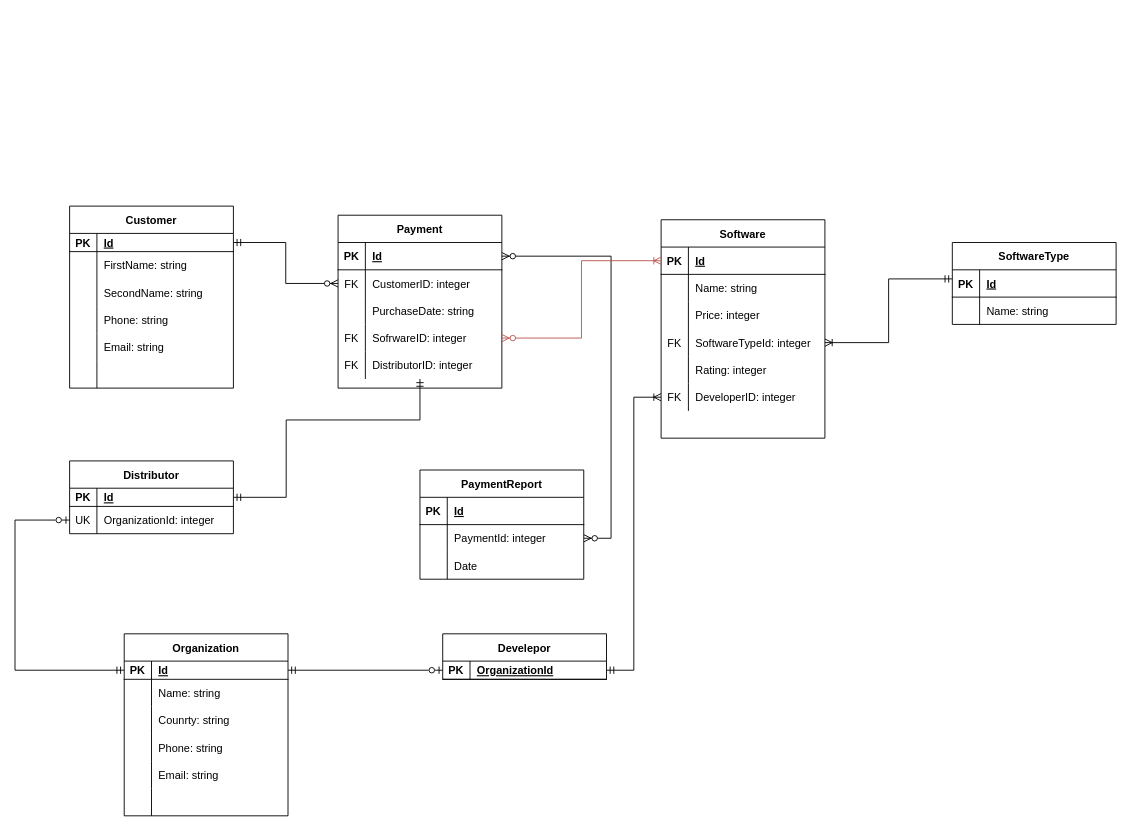
This is ER_Diagr.drawio from NikitaGusevZ/FirstRepository, a draw.io file, before an edit. Source tidied: cells renumbered, new cells numbered last; positions are measured from the earlier drawing's top-left corner, leaving out a move shared by most shapes. Both pictures are drawn from the tidied source at 91%, with x=0, y=0 at pixel (15, 206).
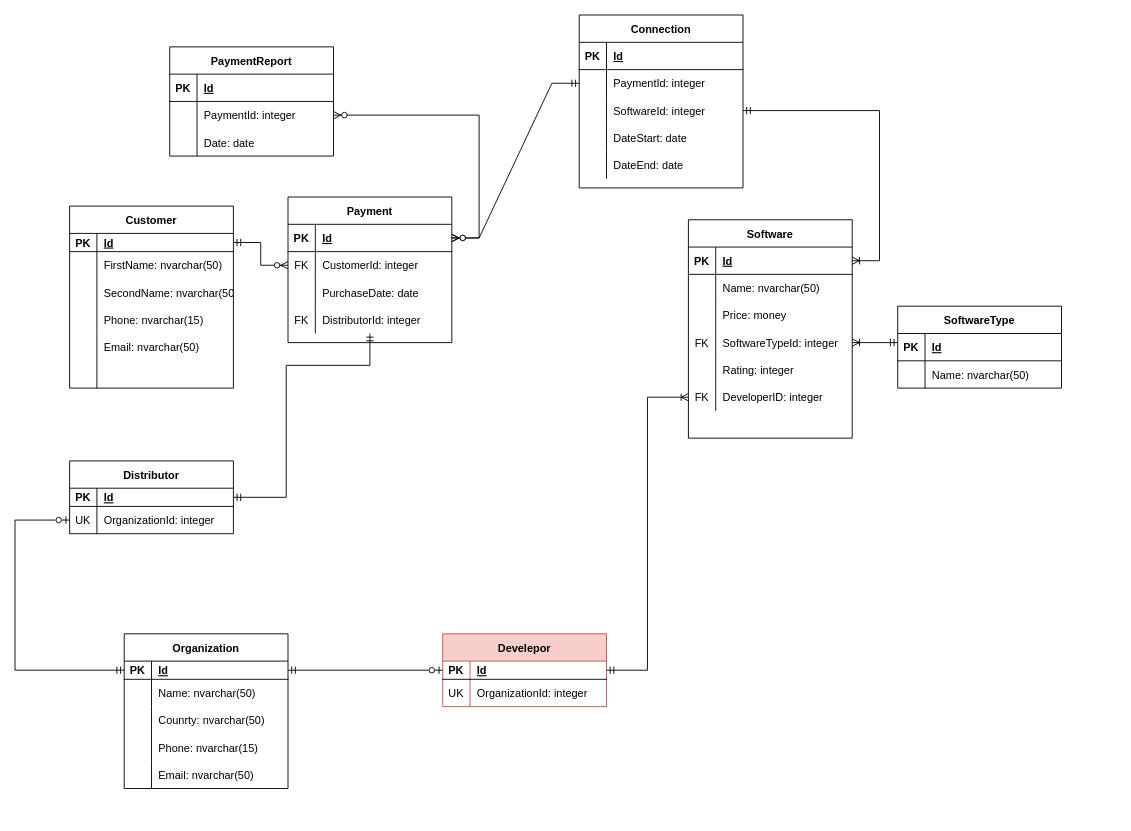
The same diagram, later.

Unchanged cells that the change refers to:
```xml
<mxCell id="7" style="shape=partialRectangle;fillColor=none;top=0;left=0;bottom=0;right=0;strokeColor=default;" parent="3" vertex="1">
  <mxGeometry y="50" width="180" height="30" as="geometry" />
</mxCell>
<mxCell id="10" style="shape=partialRectangle;fillColor=none;top=0;left=0;bottom=0;right=0;strokeColor=default;" parent="3" vertex="1">
  <mxGeometry y="80" width="180" height="30" as="geometry" />
</mxCell>
<mxCell id="13" style="shape=partialRectangle;fillColor=none;top=0;left=0;bottom=0;right=0;strokeColor=default;" parent="3" vertex="1">
  <mxGeometry y="110" width="180" height="30" as="geometry" />
</mxCell>
<mxCell id="16" style="shape=partialRectangle;fillColor=none;top=0;left=0;bottom=0;right=0;strokeColor=default;" parent="3" vertex="1">
  <mxGeometry y="140" width="180" height="30" as="geometry" />
</mxCell>
<mxCell id="23" style="shape=partialRectangle;fillColor=none;top=0;left=0;bottom=1;right=0;points=[[0,0.5],[1,0.5]];portConstraint=eastwest;strokeColor=default;" parent="22" vertex="1">
  <mxGeometry y="30" width="180" height="30" as="geometry" />
</mxCell>
<mxCell id="26" style="shape=partialRectangle;fillColor=none;top=0;left=0;bottom=0;right=0;strokeColor=default;" parent="22" vertex="1">
  <mxGeometry y="60" width="180" height="30" as="geometry" />
</mxCell>
<mxCell id="29" style="shape=partialRectangle;fillColor=none;top=0;left=0;bottom=0;right=0;strokeColor=default;" parent="22" vertex="1">
  <mxGeometry y="90" width="180" height="30" as="geometry" />
</mxCell>
<mxCell id="42" style="shape=partialRectangle;fillColor=none;top=0;left=0;bottom=1;right=0;points=[[0,0.5],[1,0.5]];portConstraint=eastwest;strokeColor=default;" parent="41" vertex="1">
  <mxGeometry y="30" width="180" height="30" as="geometry" />
</mxCell>
<mxCell id="45" style="shape=partialRectangle;fillColor=none;top=0;left=0;bottom=0;right=0;points=[[0,0.5],[1,0.5]];portConstraint=eastwest;strokeColor=default;" parent="41" vertex="1">
  <mxGeometry y="60" width="180" height="30" as="geometry" />
</mxCell>
<mxCell id="48" style="shape=partialRectangle;fillColor=none;top=0;left=0;bottom=0;right=0;strokeColor=default;" parent="41" vertex="1">
  <mxGeometry y="90" width="180" height="30" as="geometry" />
</mxCell>
<mxCell id="60" style="shape=partialRectangle;fillColor=none;top=0;left=0;bottom=1;right=0;points=[[0,0.5],[1,0.5]];portConstraint=eastwest;strokeColor=default;" parent="59" vertex="1">
  <mxGeometry y="30" width="180" height="20" as="geometry" />
</mxCell>
<mxCell id="68" style="shape=partialRectangle;fillColor=none;top=0;left=0;bottom=1;right=0;points=[[0,0.5],[1,0.5]];portConstraint=eastwest;strokeColor=default;" parent="67" vertex="1">
  <mxGeometry y="30" width="180" height="20" as="geometry" />
</mxCell>
<mxCell id="76" style="shape=partialRectangle;fillColor=none;top=0;left=0;bottom=0;right=0;strokeColor=default;" parent="72" vertex="1">
  <mxGeometry y="60" width="180" height="30" as="geometry" />
</mxCell>
<mxCell id="84" style="shape=partialRectangle;fillColor=none;top=0;left=0;bottom=0;right=0;strokeColor=default;" parent="80" vertex="1">
  <mxGeometry y="50" width="180" height="30" as="geometry" />
</mxCell>
<mxCell id="87" style="shape=partialRectangle;fillColor=none;top=0;left=0;bottom=0;right=0;strokeColor=default;" parent="80" vertex="1">
  <mxGeometry y="80" width="180" height="30" as="geometry" />
</mxCell>
<mxCell id="90" style="shape=partialRectangle;fillColor=none;top=0;left=0;bottom=0;right=0;strokeColor=default;" parent="80" vertex="1">
  <mxGeometry y="110" width="180" height="30" as="geometry" />
</mxCell>
<mxCell id="93" style="shape=partialRectangle;fillColor=none;top=0;left=0;bottom=0;right=0;strokeColor=default;" parent="80" vertex="1">
  <mxGeometry y="140" width="180" height="30" as="geometry" />
</mxCell>
<mxCell id="108" style="shape=partialRectangle;fillColor=none;top=0;left=0;bottom=0;right=0;" parent="101" vertex="1">
  <mxGeometry y="90" width="180" height="30" as="geometry" />
</mxCell>
```

Change to the diagram source:
```diff
@@
-    <mxCell id="9" value="FirstName: string" style="shape=partialRectangle;fillColor=none;top=0;left=0;bottom=0;right=0;align=left;spacingLeft=6;overflow=hidden;strokeColor=default;" parent="7" vertex="1">
+    <mxCell id="9" value="FirstName: nvarchar(50)" style="shape=partialRectangle;fillColor=none;top=0;left=0;bottom=0;right=0;align=left;spacingLeft=6;overflow=hidden;strokeColor=default;" parent="7" vertex="1">
       <mxGeometry x="30" width="150" height="30" as="geometry" />
     </mxCell>
@@
-    <mxCell id="12" value="SecondName: string" style="shape=partialRectangle;fillColor=none;top=0;left=0;bottom=0;right=0;align=left;spacingLeft=6;overflow=hidden;strokeColor=default;" parent="10" vertex="1">
+    <mxCell id="12" value="SecondName: nvarchar(50)" style="shape=partialRectangle;fillColor=none;top=0;left=0;bottom=0;right=0;align=left;spacingLeft=6;overflow=hidden;strokeColor=default;" parent="10" vertex="1">
       <mxGeometry x="30" width="150" height="30" as="geometry" />
     </mxCell>
@@
-    <mxCell id="15" value="Phone: string" style="shape=partialRectangle;fillColor=none;top=0;left=0;bottom=0;right=0;align=left;spacingLeft=6;overflow=hidden;strokeColor=default;" parent="13" vertex="1">
+    <mxCell id="15" value="Phone: nvarchar(15)" style="shape=partialRectangle;fillColor=none;top=0;left=0;bottom=0;right=0;align=left;spacingLeft=6;overflow=hidden;strokeColor=default;" parent="13" vertex="1">
       <mxGeometry x="30" width="150" height="30" as="geometry" />
     </mxCell>
@@
-    <mxCell id="18" value="Email: string" style="shape=partialRectangle;fillColor=none;top=0;left=0;bottom=0;right=0;align=left;spacingLeft=6;overflow=hidden;strokeColor=default;" parent="16" vertex="1">
+    <mxCell id="18" value="Email: nvarchar(50)" style="shape=partialRectangle;fillColor=none;top=0;left=0;bottom=0;right=0;align=left;spacingLeft=6;overflow=hidden;strokeColor=default;" parent="16" vertex="1">
       <mxGeometry x="30" width="150" height="30" as="geometry" />
     </mxCell>
@@
     <mxCell id="22" value="Software" style="shape=table;startSize=30;childLayout=tableLayout;rowLines=0;fontStyle=1;align=center;strokeColor=default;" parent="1" vertex="1">
-      <mxGeometry x="710" y="15" width="180" height="240" as="geometry" />
+      <mxGeometry x="740" y="15" width="180" height="240" as="geometry" />
     </mxCell>
@@
-    <mxCell id="28" value="Name: string" style="shape=partialRectangle;fillColor=none;top=0;left=0;bottom=0;right=0;align=left;spacingLeft=6;overflow=hidden;strokeColor=default;" parent="26" vertex="1">
+    <mxCell id="28" value="Name: nvarchar(50)" style="shape=partialRectangle;fillColor=none;top=0;left=0;bottom=0;right=0;align=left;spacingLeft=6;overflow=hidden;strokeColor=default;" parent="26" vertex="1">
       <mxGeometry x="30" width="150" height="30" as="geometry" />
     </mxCell>
@@
-    <mxCell id="31" value="Price: integer" style="shape=partialRectangle;fillColor=none;top=0;left=0;bottom=0;right=0;align=left;spacingLeft=6;overflow=hidden;strokeColor=default;" parent="29" vertex="1">
+    <mxCell id="31" value="Price: money" style="shape=partialRectangle;fillColor=none;top=0;left=0;bottom=0;right=0;align=left;spacingLeft=6;overflow=hidden;strokeColor=default;" parent="29" vertex="1">
       <mxGeometry x="30" width="150" height="30" as="geometry" />
     </mxCell>
@@
     <mxCell id="41" value="Payment" style="shape=table;startSize=30;childLayout=tableLayout;rowLines=0;fontStyle=1;align=center;strokeColor=default;" parent="1" vertex="1">
-      <mxGeometry x="355" y="10" width="180" height="190" as="geometry" />
+      <mxGeometry x="300" y="-10" width="180" height="160" as="geometry" />
     </mxCell>
@@
-    <mxCell id="47" value="CustomerID: integer" style="shape=partialRectangle;fillColor=none;top=0;left=0;bottom=0;right=0;align=left;spacingLeft=6;overflow=hidden;strokeColor=default;" parent="45" vertex="1">
+    <mxCell id="47" value="CustomerId: integer" style="shape=partialRectangle;fillColor=none;top=0;left=0;bottom=0;right=0;align=left;spacingLeft=6;overflow=hidden;strokeColor=default;" parent="45" vertex="1">
       <mxGeometry x="30" width="150" height="30" as="geometry" />
     </mxCell>
@@
-    <mxCell id="50" value="PurchaseDate: string" style="shape=partialRectangle;fillColor=none;top=0;left=0;bottom=0;right=0;align=left;spacingLeft=6;overflow=hidden;strokeColor=default;" parent="48" vertex="1">
+    <mxCell id="50" value="PurchaseDate: date" style="shape=partialRectangle;fillColor=none;top=0;left=0;bottom=0;right=0;align=left;spacingLeft=6;overflow=hidden;strokeColor=default;" parent="48" vertex="1">
       <mxGeometry x="30" width="150" height="30" as="geometry" />
     </mxCell>
-    <mxCell id="51" style="shape=partialRectangle;fillColor=none;top=0;left=0;bottom=0;right=0;points=[[0,0.5],[1,0.5]];portConstraint=eastwest;strokeColor=default;" parent="41" vertex="1">
-      <mxGeometry y="120" width="180" height="30" as="geometry" />
-    </mxCell>
-    <mxCell id="52" value="FK" style="shape=partialRectangle;fillColor=none;top=0;left=0;bottom=0;right=0;overflow=hidden;strokeColor=default;" parent="51" vertex="1">
-      <mxGeometry width="30" height="30" as="geometry" />
-    </mxCell>
-    <mxCell id="53" value="SofrwareID: integer" style="shape=partialRectangle;fillColor=none;top=0;left=0;bottom=0;right=0;align=left;spacingLeft=6;overflow=hidden;strokeColor=default;" parent="51" vertex="1">
-      <mxGeometry x="30" width="150" height="30" as="geometry" />
-    </mxCell>
     <mxCell id="54" style="shape=partialRectangle;fillColor=none;top=0;left=0;bottom=0;right=0;points=[[0,0.5],[1,0.5]];portConstraint=eastwest;strokeColor=default;" parent="41" vertex="1">
-      <mxGeometry y="150" width="180" height="30" as="geometry" />
+      <mxGeometry y="120" width="180" height="30" as="geometry" />
     </mxCell>
@@
-    <mxCell id="56" value="DistributorID: integer" style="shape=partialRectangle;fillColor=none;top=0;left=0;bottom=0;right=0;align=left;spacingLeft=6;overflow=hidden;strokeColor=default;" parent="54" vertex="1">
+    <mxCell id="56" value="DistributorId: integer" style="shape=partialRectangle;fillColor=none;top=0;left=0;bottom=0;right=0;align=left;spacingLeft=6;overflow=hidden;strokeColor=default;" parent="54" vertex="1">
       <mxGeometry x="30" width="150" height="30" as="geometry" />
     </mxCell>
@@
-    <mxCell id="58" style="edgeStyle=orthogonalEdgeStyle;fontSize=12;html=1;endArrow=ERoneToMany;startArrow=ERzeroToMany;rounded=0;fillColor=#f8cecc;strokeColor=#b85450;" parent="1" edge="1" source="51" target="23">
-      <mxGeometry relative="1" as="geometry" />
-    </mxCell>
@@
     <mxCell id="66" style="edgeStyle=orthogonalEdgeStyle;fontSize=12;html=1;endArrow=ERmandOne;startArrow=ERmandOne;rounded=0;" parent="1" edge="1" source="60" target="54">
       <mxGeometry relative="1" as="geometry">
         <Array as="points">
           <mxPoint x="298" y="320" />
-          <mxPoint x="298" y="235" />
-          <mxPoint x="445" y="235" />
+          <mxPoint x="298" y="175" />
         </Array>
       </mxGeometry>
     </mxCell>
-    <mxCell id="67" value="Develepor" style="shape=table;startSize=30;childLayout=tableLayout;rowLines=0;fontStyle=1;align=center;strokeColor=default;" parent="1" vertex="1">
-      <mxGeometry x="470" y="470" width="180" height="50" as="geometry" />
+    <mxCell id="67" value="Develepor" style="shape=table;startSize=30;childLayout=tableLayout;rowLines=0;fontStyle=1;align=center;strokeColor=#b85450;fillColor=#f8cecc;" parent="1" vertex="1">
+      <mxGeometry x="470" y="470" width="180" height="80" as="geometry" />
     </mxCell>
@@
-    <mxCell id="70" value="OrganizationId" style="shape=partialRectangle;fillColor=none;top=0;left=0;bottom=0;right=0;align=left;spacingLeft=6;fontStyle=5;overflow=hidden;strokeColor=default;" parent="68" vertex="1">
+    <mxCell id="70" value="Id" style="shape=partialRectangle;fillColor=none;top=0;left=0;bottom=0;right=0;align=left;spacingLeft=6;fontStyle=5;overflow=hidden;strokeColor=default;" parent="68" vertex="1">
       <mxGeometry x="30" width="150" height="20" as="geometry" />
     </mxCell>
+    <mxCell id="111" style="shape=partialRectangle;fillColor=none;top=0;left=0;bottom=0;right=0;" parent="67" vertex="1">
+      <mxGeometry y="50" width="180" height="30" as="geometry" />
+    </mxCell>
+    <mxCell id="112" value="UK" style="shape=partialRectangle;fillColor=none;top=0;left=0;bottom=0;right=0;overflow=hidden;" parent="111" vertex="1">
+      <mxGeometry width="30" height="30" as="geometry" />
+    </mxCell>
+    <mxCell id="113" value="OrganizationId: integer" style="shape=partialRectangle;fillColor=none;top=0;left=0;bottom=0;right=0;align=left;spacingLeft=6;overflow=hidden;" parent="111" vertex="1">
+      <mxGeometry x="30" width="150" height="30" as="geometry" />
+    </mxCell>
@@
     <mxCell id="72" value="SoftwareType" style="shape=table;startSize=30;childLayout=tableLayout;rowLines=0;fontStyle=1;align=center;strokeColor=default;" parent="1" vertex="1">
-      <mxGeometry x="1030" y="40" width="180" height="90" as="geometry" />
+      <mxGeometry x="970" y="110" width="180" height="90" as="geometry" />
     </mxCell>
@@
-    <mxCell id="78" value="Name: string" style="shape=partialRectangle;fillColor=none;top=0;left=0;bottom=0;right=0;align=left;spacingLeft=6;overflow=hidden;strokeColor=default;" parent="76" vertex="1">
+    <mxCell id="78" value="Name: nvarchar(50)" style="shape=partialRectangle;fillColor=none;top=0;left=0;bottom=0;right=0;align=left;spacingLeft=6;overflow=hidden;strokeColor=default;" parent="76" vertex="1">
       <mxGeometry x="30" width="150" height="30" as="geometry" />
     </mxCell>
@@
     <mxCell id="80" value="Organization" style="shape=table;startSize=30;childLayout=tableLayout;rowLines=0;fontStyle=1;align=center;strokeColor=default;" parent="1" vertex="1">
-      <mxGeometry x="120" y="470" width="180" height="200" as="geometry" />
+      <mxGeometry x="120" y="470" width="180" height="170" as="geometry" />
     </mxCell>
@@
-    <mxCell id="86" value="Name: string" style="shape=partialRectangle;fillColor=none;top=0;left=0;bottom=0;right=0;align=left;spacingLeft=6;overflow=hidden;strokeColor=default;" parent="84" vertex="1">
+    <mxCell id="86" value="Name: nvarchar(50)" style="shape=partialRectangle;fillColor=none;top=0;left=0;bottom=0;right=0;align=left;spacingLeft=6;overflow=hidden;strokeColor=default;" parent="84" vertex="1">
       <mxGeometry x="30" width="150" height="30" as="geometry" />
     </mxCell>
@@
-    <mxCell id="89" value="Counrty: string" style="shape=partialRectangle;fillColor=none;top=0;left=0;bottom=0;right=0;align=left;spacingLeft=6;overflow=hidden;strokeColor=default;" parent="87" vertex="1">
+    <mxCell id="89" value="Counrty: nvarchar(50)" style="shape=partialRectangle;fillColor=none;top=0;left=0;bottom=0;right=0;align=left;spacingLeft=6;overflow=hidden;strokeColor=default;" parent="87" vertex="1">
       <mxGeometry x="30" width="150" height="30" as="geometry" />
     </mxCell>
@@
-    <mxCell id="92" value="Phone: string" style="shape=partialRectangle;fillColor=none;top=0;left=0;bottom=0;right=0;align=left;spacingLeft=6;overflow=hidden;strokeColor=default;" parent="90" vertex="1">
+    <mxCell id="92" value="Phone: nvarchar(15)" style="shape=partialRectangle;fillColor=none;top=0;left=0;bottom=0;right=0;align=left;spacingLeft=6;overflow=hidden;strokeColor=default;" parent="90" vertex="1">
       <mxGeometry x="30" width="150" height="30" as="geometry" />
     </mxCell>
@@
-    <mxCell id="95" value="Email: string" style="shape=partialRectangle;fillColor=none;top=0;left=0;bottom=0;right=0;align=left;spacingLeft=6;overflow=hidden;strokeColor=default;" parent="93" vertex="1">
+    <mxCell id="95" value="Email: nvarchar(50)" style="shape=partialRectangle;fillColor=none;top=0;left=0;bottom=0;right=0;align=left;spacingLeft=6;overflow=hidden;strokeColor=default;" parent="93" vertex="1">
       <mxGeometry x="30" width="150" height="30" as="geometry" />
     </mxCell>
-    <mxCell id="96" style="shape=partialRectangle;fillColor=none;top=0;left=0;bottom=0;right=0;strokeColor=default;" parent="80" vertex="1">
-      <mxGeometry y="170" width="180" height="30" as="geometry" />
-    </mxCell>
-    <mxCell id="97" style="shape=partialRectangle;fillColor=none;top=0;left=0;bottom=0;right=0;overflow=hidden;strokeColor=default;" parent="96" vertex="1">
-      <mxGeometry width="30" height="30" as="geometry" />
-    </mxCell>
-    <mxCell id="98" style="shape=partialRectangle;fillColor=none;top=0;left=0;bottom=0;right=0;align=left;spacingLeft=6;overflow=hidden;strokeColor=default;" parent="96" vertex="1">
-      <mxGeometry x="30" width="150" height="30" as="geometry" />
-    </mxCell>
@@
     <mxCell id="101" value="PaymentReport" style="shape=table;startSize=30;childLayout=tableLayout;rowLines=0;fontStyle=1;align=center;" parent="1" vertex="1">
-      <mxGeometry x="445" y="290" width="180" height="120" as="geometry" />
+      <mxGeometry x="170" y="-175" width="180" height="120" as="geometry" />
     </mxCell>
@@
-    <mxCell id="110" value="Date" style="shape=partialRectangle;fillColor=none;top=0;left=0;bottom=0;right=0;align=left;spacingLeft=6;overflow=hidden;" parent="108" vertex="1">
+    <mxCell id="110" value="Date: date" style="shape=partialRectangle;fillColor=none;top=0;left=0;bottom=0;right=0;align=left;spacingLeft=6;overflow=hidden;" parent="108" vertex="1">
       <mxGeometry x="30" width="150" height="30" as="geometry" />
     </mxCell>
+    <mxCell id="114" value="Connection" style="shape=table;startSize=30;childLayout=tableLayout;rowLines=0;fontStyle=1;align=center;" parent="1" vertex="1">
+      <mxGeometry x="620" y="-210" width="180" height="190" as="geometry" />
+    </mxCell>
+    <mxCell id="115" style="shape=partialRectangle;fillColor=none;top=0;left=0;bottom=1;right=0;" parent="114" vertex="1">
+      <mxGeometry y="30" width="180" height="30" as="geometry" />
+    </mxCell>
+    <mxCell id="116" value="PK" style="shape=partialRectangle;fillColor=none;top=0;left=0;bottom=0;right=0;fontStyle=1;overflow=hidden;" parent="115" vertex="1">
+      <mxGeometry width="30" height="30" as="geometry" />
+    </mxCell>
+    <mxCell id="117" value="Id" style="shape=partialRectangle;fillColor=none;top=0;left=0;bottom=0;right=0;align=left;spacingLeft=6;fontStyle=5;overflow=hidden;" parent="115" vertex="1">
+      <mxGeometry x="30" width="150" height="30" as="geometry" />
+    </mxCell>
+    <mxCell id="118" style="shape=partialRectangle;fillColor=none;top=0;left=0;bottom=0;right=0;points=[[0,0.5],[1,0.5]];portConstraint=eastwest;" parent="114" vertex="1">
+      <mxGeometry y="60" width="180" height="30" as="geometry" />
+    </mxCell>
+    <mxCell id="119" style="shape=partialRectangle;fillColor=none;top=0;left=0;bottom=0;right=0;overflow=hidden;" parent="118" vertex="1">
+      <mxGeometry width="30" height="30" as="geometry" />
+    </mxCell>
+    <mxCell id="120" value="PaymentId: integer" style="shape=partialRectangle;fillColor=none;top=0;left=0;bottom=0;right=0;align=left;spacingLeft=6;overflow=hidden;" parent="118" vertex="1">
+      <mxGeometry x="30" width="150" height="30" as="geometry" />
+    </mxCell>
+    <mxCell id="121" style="shape=partialRectangle;fillColor=none;top=0;left=0;bottom=0;right=0;points=[[0,0.5],[1,0.5]];portConstraint=eastwest;" parent="114" vertex="1">
+      <mxGeometry y="90" width="180" height="30" as="geometry" />
+    </mxCell>
+    <mxCell id="122" style="shape=partialRectangle;fillColor=none;top=0;left=0;bottom=0;right=0;overflow=hidden;" parent="121" vertex="1">
+      <mxGeometry width="30" height="30" as="geometry" />
+    </mxCell>
+    <mxCell id="123" value="SoftwareId: integer" style="shape=partialRectangle;fillColor=none;top=0;left=0;bottom=0;right=0;align=left;spacingLeft=6;overflow=hidden;" parent="121" vertex="1">
+      <mxGeometry x="30" width="150" height="30" as="geometry" />
+    </mxCell>
+    <mxCell id="124" style="shape=partialRectangle;fillColor=none;top=0;left=0;bottom=0;right=0;" parent="114" vertex="1">
+      <mxGeometry y="120" width="180" height="30" as="geometry" />
+    </mxCell>
+    <mxCell id="125" style="shape=partialRectangle;fillColor=none;top=0;left=0;bottom=0;right=0;overflow=hidden;" parent="124" vertex="1">
+      <mxGeometry width="30" height="30" as="geometry" />
+    </mxCell>
+    <mxCell id="126" value="DateStart: date" style="shape=partialRectangle;fillColor=none;top=0;left=0;bottom=0;right=0;align=left;spacingLeft=6;overflow=hidden;" parent="124" vertex="1">
+      <mxGeometry x="30" width="150" height="30" as="geometry" />
+    </mxCell>
+    <mxCell id="127" style="shape=partialRectangle;fillColor=none;top=0;left=0;bottom=0;right=0;" parent="114" vertex="1">
+      <mxGeometry y="150" width="180" height="30" as="geometry" />
+    </mxCell>
+    <mxCell id="128" style="shape=partialRectangle;fillColor=none;top=0;left=0;bottom=0;right=0;overflow=hidden;" parent="127" vertex="1">
+      <mxGeometry width="30" height="30" as="geometry" />
+    </mxCell>
+    <mxCell id="129" value="DateEnd: date" style="shape=partialRectangle;fillColor=none;top=0;left=0;bottom=0;right=0;align=left;spacingLeft=6;overflow=hidden;" parent="127" vertex="1">
+      <mxGeometry x="30" width="150" height="30" as="geometry" />
+    </mxCell>
+    <mxCell id="130" style="edgeStyle=entityRelationEdgeStyle;fontSize=12;html=1;endArrow=ERzeroToMany;startArrow=ERmandOne;rounded=0;" parent="1" edge="1" source="118" target="42">
+      <mxGeometry relative="1" as="geometry" />
+    </mxCell>
+    <mxCell id="131" style="edgeStyle=entityRelationEdgeStyle;fontSize=12;html=1;endArrow=ERoneToMany;startArrow=ERmandOne;rounded=0;" parent="1" edge="1" source="121" target="23">
+      <mxGeometry relative="1" as="geometry" />
+    </mxCell>
```
